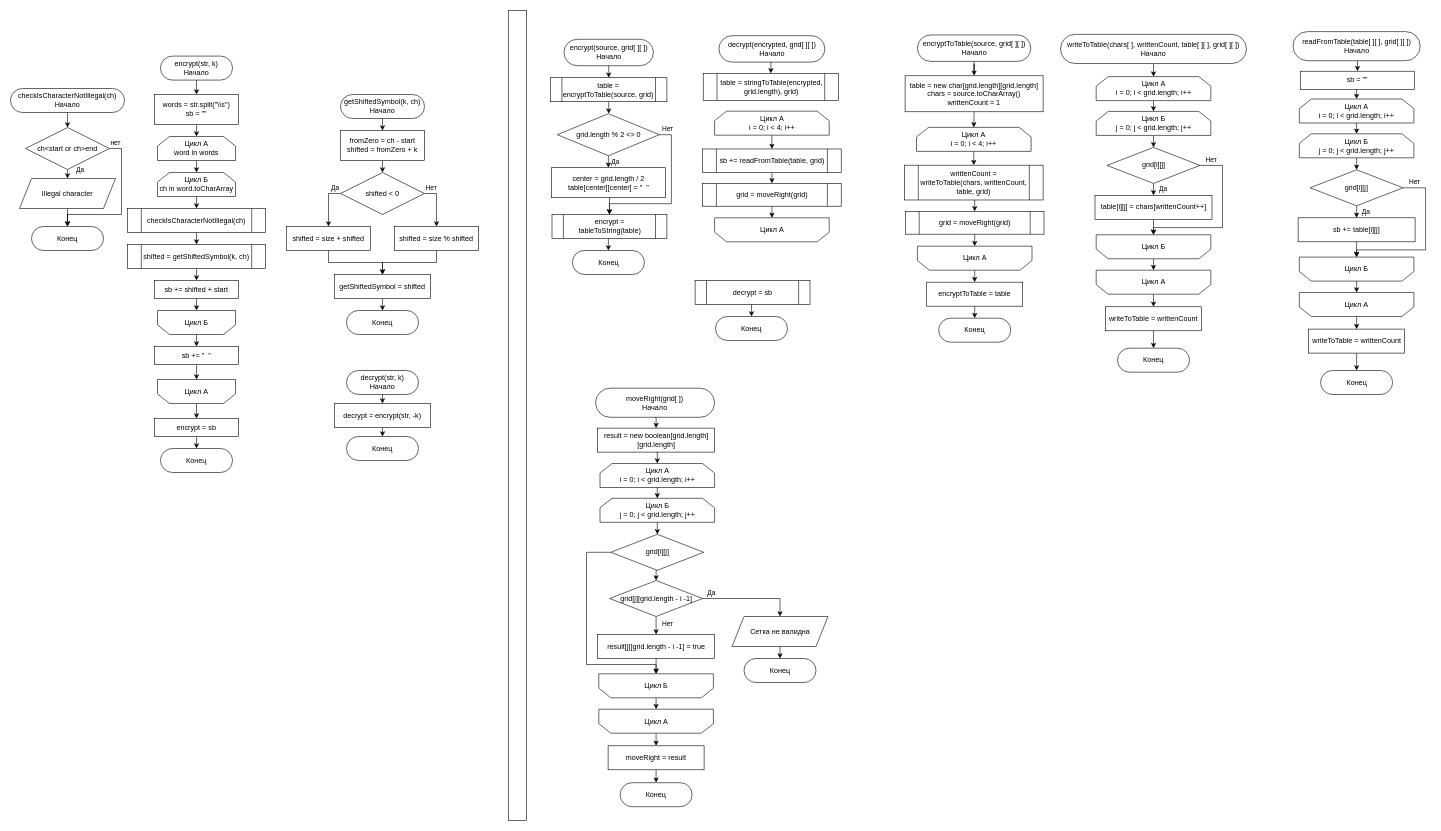
Above: InfoSecurity/lab1/блок-схема.drawio in R3nnyWeb/labs8 (draw.io), before the change. Source tidied: cells renumbered, new cells numbered last; positions are measured from the earlier drawing's top-left corner, leaving out a move shared by most shapes. Both pictures are drawn from the tidied source at 60%, with x=0, y=0 at pixel (10, 10).
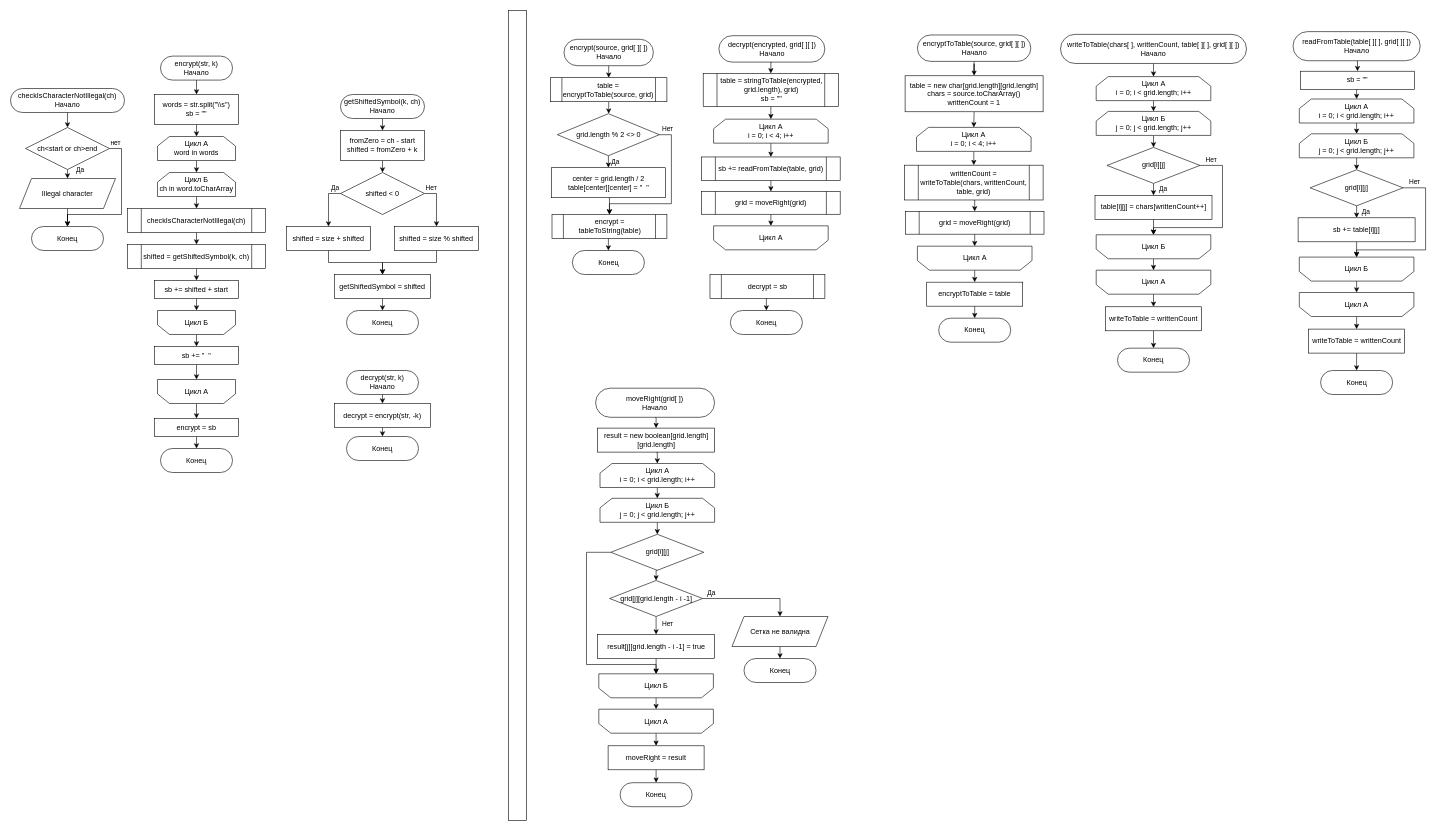
The same page after the edit.

What changed in the source:
```diff
@@
+    <mxCell id="169" style="edgeStyle=orthogonalEdgeStyle;rounded=0;jettySize=auto;html=1;exitX=0.5;exitY=1;exitDx=0;exitDy=0;entryX=0.5;entryY=0;entryDx=0;entryDy=0;" parent="1" edge="1" source="158" target="163">
+      <mxGeometry relative="1" as="geometry" />
+    </mxCell>
-    <mxCell id="158" value="table = stringToTable(encrypted, grid.length), grid)" style="shape=process;whiteSpace=wrap;html=1;backgroundOutline=1;" parent="1" vertex="1">
-      <mxGeometry x="1154.5" y="104.8" width="225.5" height="45.2" as="geometry" />
+    <mxCell id="158" value="table = stringToTable(encrypted, grid.length), grid)&lt;br&gt;sb = &quot;&quot;" style="shape=process;whiteSpace=wrap;html=1;backgroundOutline=1;" parent="1" vertex="1">
+      <mxGeometry x="1154.5" y="104.8" width="225.5" height="55.2" as="geometry" />
     </mxCell>
@@
     <mxCell id="160" value="decrypt = sb" style="shape=process;whiteSpace=wrap;html=1;backgroundOutline=1;size=0.09921671018276762;" parent="1" vertex="1">
-      <mxGeometry x="1141" y="450" width="191.5" height="40" as="geometry" />
+      <mxGeometry x="1165.8" y="440" width="191.5" height="40" as="geometry" />
     </mxCell>
     <mxCell id="161" value="Конец" style="rounded=1;whiteSpace=wrap;html=1;arcSize=50;" parent="1" vertex="1">
-      <mxGeometry x="1175" y="510" width="120" height="40" as="geometry" />
+      <mxGeometry x="1199.8" y="500" width="120" height="40" as="geometry" />
     </mxCell>
@@
     <mxCell id="163" value="Цикл А&lt;br&gt;i = 0; i &amp;lt; 4; i++" style="shape=loopLimit;whiteSpace=wrap;html=1;" parent="1" vertex="1">
-      <mxGeometry x="1173.5" y="167.8" width="191" height="40" as="geometry" />
+      <mxGeometry x="1171.8" y="181.1" width="191" height="40" as="geometry" />
     </mxCell>
     <mxCell id="164" value="Цикл А" style="shape=loopLimit;whiteSpace=wrap;html=1;direction=west;" parent="1" vertex="1">
-      <mxGeometry x="1173.5" y="345.5" width="191" height="40" as="geometry" />
+      <mxGeometry x="1171.8" y="358.9" width="191" height="40" as="geometry" />
     </mxCell>
@@
     <mxCell id="166" value="sb += readFromTable(table, grid)" style="shape=process;whiteSpace=wrap;html=1;backgroundOutline=1;" parent="1" vertex="1">
-      <mxGeometry x="1153.5" y="230.8" width="231" height="39.2" as="geometry" />
+      <mxGeometry x="1151.8" y="244.1" width="231" height="39.2" as="geometry" />
     </mxCell>
@@
     <mxCell id="168" value="grid = moveRight(grid)" style="shape=process;whiteSpace=wrap;html=1;backgroundOutline=1;" parent="1" vertex="1">
-      <mxGeometry x="1153.5" y="288.2" width="231" height="38" as="geometry" />
+      <mxGeometry x="1151.8" y="301.6" width="231" height="38" as="geometry" />
     </mxCell>
```
